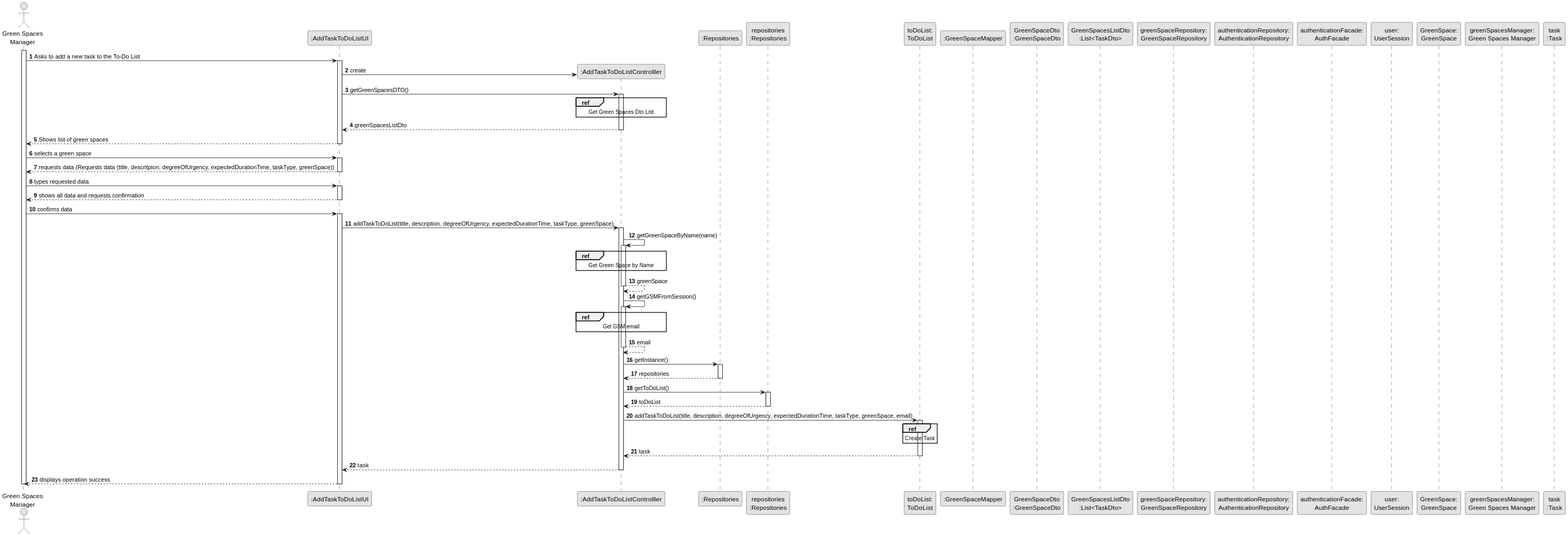
Before: docs/sprintA&B&C/us021/03.design/svg/us021-sequence-diagram-split.svg, a diagram exported from PlantUML (daniel41silva05/ISEP_2023_2024_LAPR2).
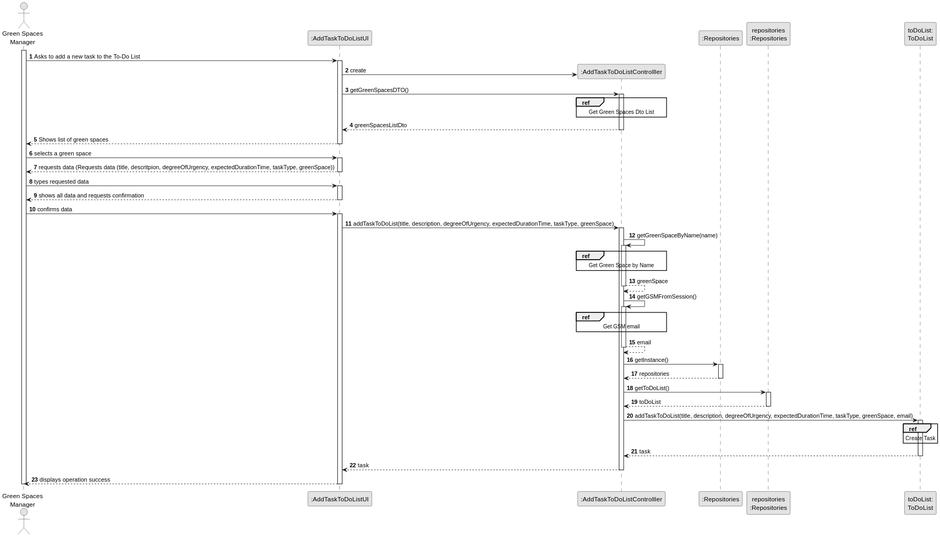
Above is the later version.

Change to the diagram source:
```diff
@@ -11,16 +11,6 @@
 participant ":Repositories" as REP
 participant "repositories\n:Repositories" as REPS
 participant "toDoList:\nToDoList" as toDoList
-participant ":GreenSpaceMapper" as greenSpaceMAPPER
-participant "GreenSpaceDto\n:GreenSpaceDto" as greenSpaceDTO
-participant "GreenSpacesListDto\n:List<TaskDto>" as greenSpacesListDTO
-participant "greenSpaceRepository:\nGreenSpaceRepository" as greenSpaceREP
-participant "authenticationRepository:\nAuthenticationRepository" as authentication
-participant "authenticationFacade:\nAuthFacade" as authFacade
-participant "user:\nUserSession" as user
-participant "GreenSpace:\nGreenSpace" as greenSpace
-participant "greenSpacesManager:\nGreen Spaces Manager" as USER
-participant "task\n:Task" as TASK
 
 activate GSM
 
```
